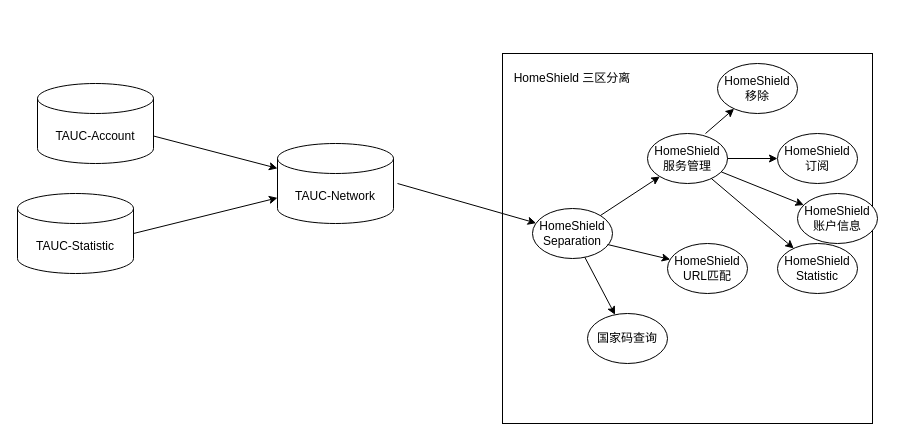
Before: 未命名绘图.drawio in Dntls/Book, a draw.io diagram. Source tidied: cells renumbered, new cells numbered last; positions are measured from the earlier drawing's top-left corner, leaving out a move shared by most shapes. Both pictures are drawn from the tidied source at 100%, with x=0, y=0 at pixel (17, 53).
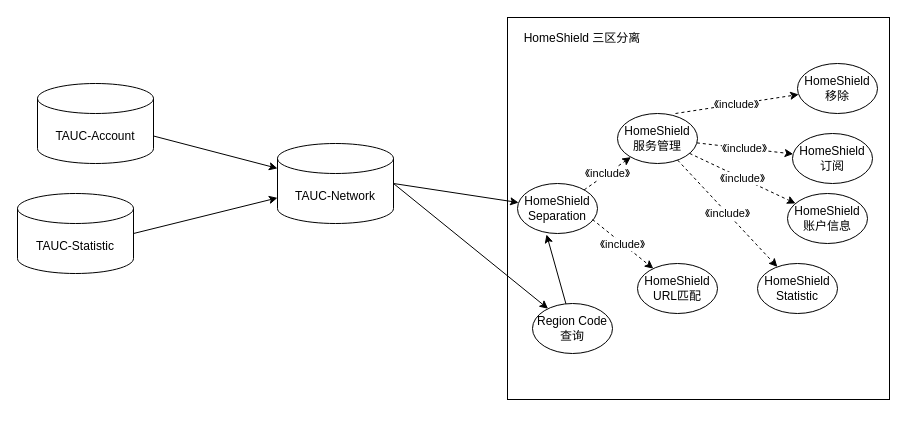
The same diagram, later.

Unchanged cells that the change refers to:
```xml
<mxCell id="6" value="TAUC-Network" style="shape=cylinder3;whiteSpace=wrap;html=1;boundedLbl=1;backgroundOutline=1;size=15;" parent="1" vertex="1">
  <mxGeometry x="260" y="90" width="116" height="80" as="geometry" />
</mxCell>
```

What changed in the source:
```diff
@@
     <mxCell id="4" style="whiteSpace=wrap;html=1;fillColor=none;" parent="1" vertex="1">
-      <mxGeometry x="485" width="370" height="370" as="geometry" />
+      <mxGeometry x="490" y="-36" width="382" height="382" as="geometry" />
     </mxCell>
     <mxCell id="5" value="HomeShield 三区分离" style="text;html=1;strokeColor=none;fillColor=none;align=center;verticalAlign=middle;whiteSpace=wrap;rounded=0;" parent="1" vertex="1">
-      <mxGeometry x="460" y="10" width="190" height="30" as="geometry" />
+      <mxGeometry x="470" y="-30" width="190" height="30" as="geometry" />
     </mxCell>
@@
-    <mxCell id="8" style="endArrow=classic;html=1;rounded=0;" parent="1" edge="1" target="20">
-      <mxGeometry relative="1" as="geometry">
-        <mxPoint x="380" y="130" as="sourcePoint" />
-      </mxGeometry>
+    <mxCell id="8" style="endArrow=classic;html=1;rounded=0;exitX=1;exitY=0.5;exitDx=0;exitDy=0;exitPerimeter=0;" parent="1" edge="1" source="6" target="23">
+      <mxGeometry relative="1" as="geometry" />
     </mxCell>
@@
     <mxCell id="10" value="HomeShield URL匹配" style="ellipse;whiteSpace=wrap;html=1;" parent="1" vertex="1">
-      <mxGeometry x="650" y="190" width="80" height="50" as="geometry" />
+      <mxGeometry x="620" y="210" width="80" height="50" as="geometry" />
     </mxCell>
     <mxCell id="11" value="HomeShield 服务管理" style="ellipse;whiteSpace=wrap;html=1;" parent="1" vertex="1">
-      <mxGeometry x="630" y="80" width="80" height="50" as="geometry" />
+      <mxGeometry x="600" y="60" width="80" height="50" as="geometry" />
     </mxCell>
     <mxCell id="12" value="HomeShield 订阅" style="ellipse;whiteSpace=wrap;html=1;" parent="1" vertex="1">
-      <mxGeometry x="760" y="80" width="80" height="50" as="geometry" />
+      <mxGeometry x="775" y="80" width="80" height="50" as="geometry" />
     </mxCell>
     <mxCell id="13" value="HomeShield 账户信息" style="ellipse;whiteSpace=wrap;html=1;" parent="1" vertex="1">
-      <mxGeometry x="780" y="140" width="80" height="50" as="geometry" />
+      <mxGeometry x="770" y="140" width="80" height="50" as="geometry" />
     </mxCell>
     <mxCell id="14" value="HomeShield 移除" style="ellipse;whiteSpace=wrap;html=1;" parent="1" vertex="1">
-      <mxGeometry x="700" y="10" width="80" height="50" as="geometry" />
+      <mxGeometry x="780" y="10" width="80" height="50" as="geometry" />
     </mxCell>
     <mxCell id="15" value="HomeShield Statistic" style="ellipse;whiteSpace=wrap;html=1;" parent="1" vertex="1">
-      <mxGeometry x="760" y="190" width="80" height="50" as="geometry" />
+      <mxGeometry x="740" y="210" width="80" height="50" as="geometry" />
     </mxCell>
-    <mxCell id="16" style="endArrow=classic;html=1;rounded=0;exitX=0.725;exitY=0;exitDx=0;exitDy=0;exitPerimeter=0;" parent="1" edge="1" source="11" target="14">
+    <mxCell id="16" value="《include》" style="endArrow=classic;html=1;rounded=0;exitX=0.725;exitY=0;exitDx=0;exitDy=0;exitPerimeter=0;dashed=1;" parent="1" edge="1" source="11" target="14">
       <mxGeometry relative="1" as="geometry" />
     </mxCell>
-    <mxCell id="17" style="endArrow=classic;html=1;rounded=0;" parent="1" edge="1" source="11" target="12">
+    <mxCell id="17" value="《include》" style="endArrow=classic;html=1;rounded=0;dashed=1;" parent="1" edge="1" source="11" target="12">
       <mxGeometry relative="1" as="geometry" />
     </mxCell>
-    <mxCell id="18" style="endArrow=classic;html=1;rounded=0;" parent="1" edge="1" source="11" target="13">
+    <mxCell id="18" value="《include》" style="endArrow=classic;html=1;rounded=0;dashed=1;" parent="1" edge="1" source="11" target="13">
       <mxGeometry relative="1" as="geometry" />
     </mxCell>
-    <mxCell id="19" style="endArrow=classic;html=1;rounded=0;" parent="1" edge="1" source="11" target="15">
+    <mxCell id="19" value="《include》" style="endArrow=classic;html=1;rounded=0;dashed=1;" parent="1" edge="1" source="11" target="15">
       <mxGeometry relative="1" as="geometry" />
     </mxCell>
     <mxCell id="20" value="HomeShield Separation" style="ellipse;whiteSpace=wrap;html=1;" parent="1" vertex="1">
-      <mxGeometry x="515" y="155" width="80" height="50" as="geometry" />
+      <mxGeometry x="500" y="130" width="80" height="50" as="geometry" />
     </mxCell>
-    <mxCell id="21" style="endArrow=classic;html=1;rounded=0;exitX=0.938;exitY=0.72;exitDx=0;exitDy=0;exitPerimeter=0;" parent="1" edge="1" source="20" target="10">
+    <mxCell id="21" value="《include》" style="endArrow=classic;html=1;rounded=0;exitX=0.938;exitY=0.72;exitDx=0;exitDy=0;exitPerimeter=0;dashed=1;" parent="1" edge="1" source="20" target="10">
       <mxGeometry relative="1" as="geometry" />
     </mxCell>
-    <mxCell id="22" style="endArrow=classic;html=1;rounded=0;" parent="1" edge="1" source="20" target="11">
+    <mxCell id="22" value="《include》" style="endArrow=classic;html=1;rounded=0;dashed=1;" parent="1" edge="1" source="20" target="11">
       <mxGeometry relative="1" as="geometry" />
     </mxCell>
-    <mxCell id="23" value="国家码查询" style="ellipse;whiteSpace=wrap;html=1;" parent="1" vertex="1">
-      <mxGeometry x="570" y="260" width="80" height="50" as="geometry" />
+    <mxCell id="23" value="Region Code查询" style="ellipse;whiteSpace=wrap;html=1;" parent="1" vertex="1">
+      <mxGeometry x="515" y="250" width="80" height="50" as="geometry" />
     </mxCell>
-    <mxCell id="24" style="endArrow=classic;html=1;rounded=0;" parent="1" edge="1" source="20" target="23">
+    <mxCell id="24" style="endArrow=classic;html=1;rounded=0;entryX=0.363;entryY=1.02;entryDx=0;entryDy=0;entryPerimeter=0;" parent="1" edge="1" source="23" target="20">
       <mxGeometry relative="1" as="geometry" />
     </mxCell>
+    <mxCell id="25" style="endArrow=classic;html=1;rounded=0;exitX=1;exitY=0.5;exitDx=0;exitDy=0;exitPerimeter=0;" parent="1" edge="1" source="6" target="20">
+      <mxGeometry relative="1" as="geometry" />
+    </mxCell>
```
